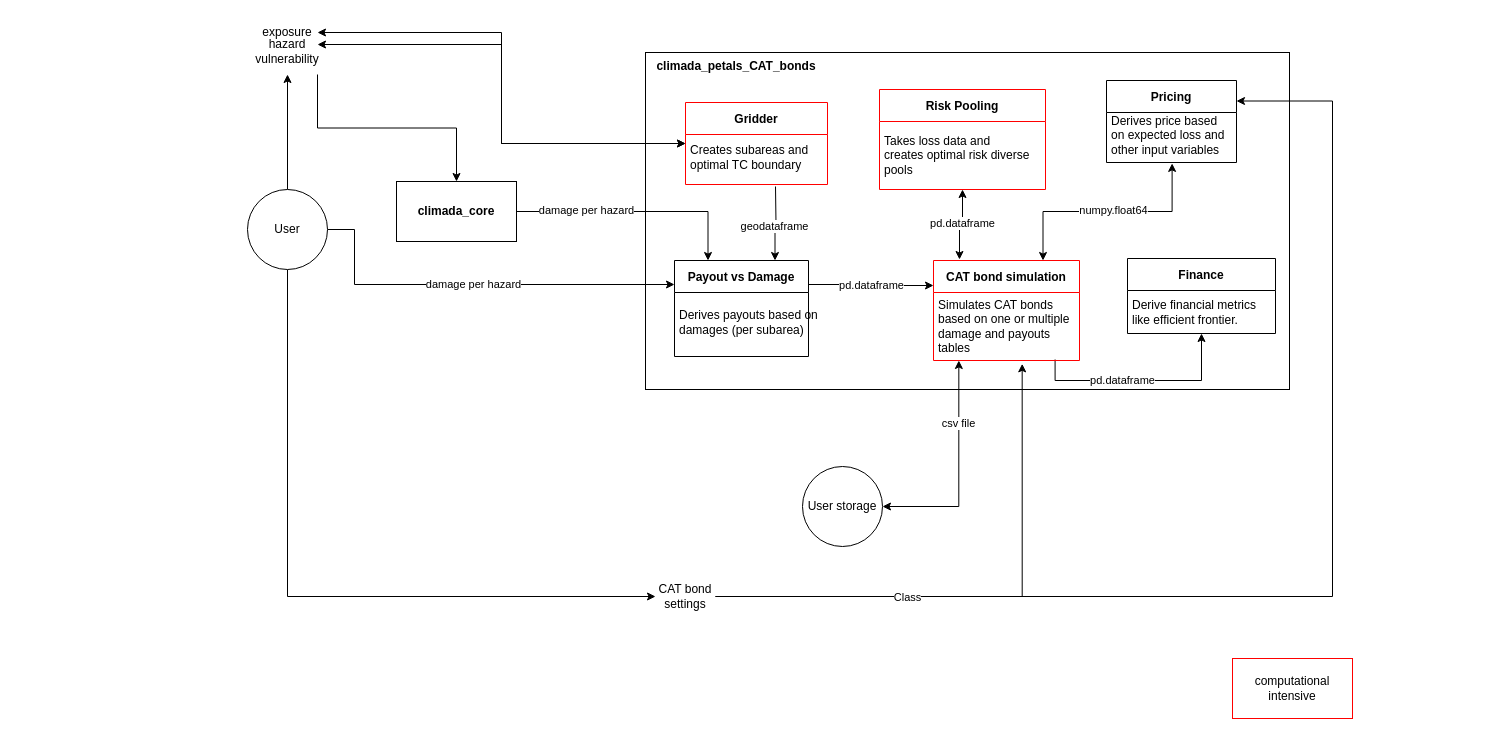
Before: data_flow_climada_petals.drawio in KaiOBerg/master_thesis_cat_bonds, a draw.io diagram. Source tidied: cells renumbered, new cells numbered last; positions are measured from the earlier drawing's top-left corner, leaving out a move shared by most shapes. Both pictures are drawn from the tidied source at 100%, with x=0, y=0 at pixel (247, 17).
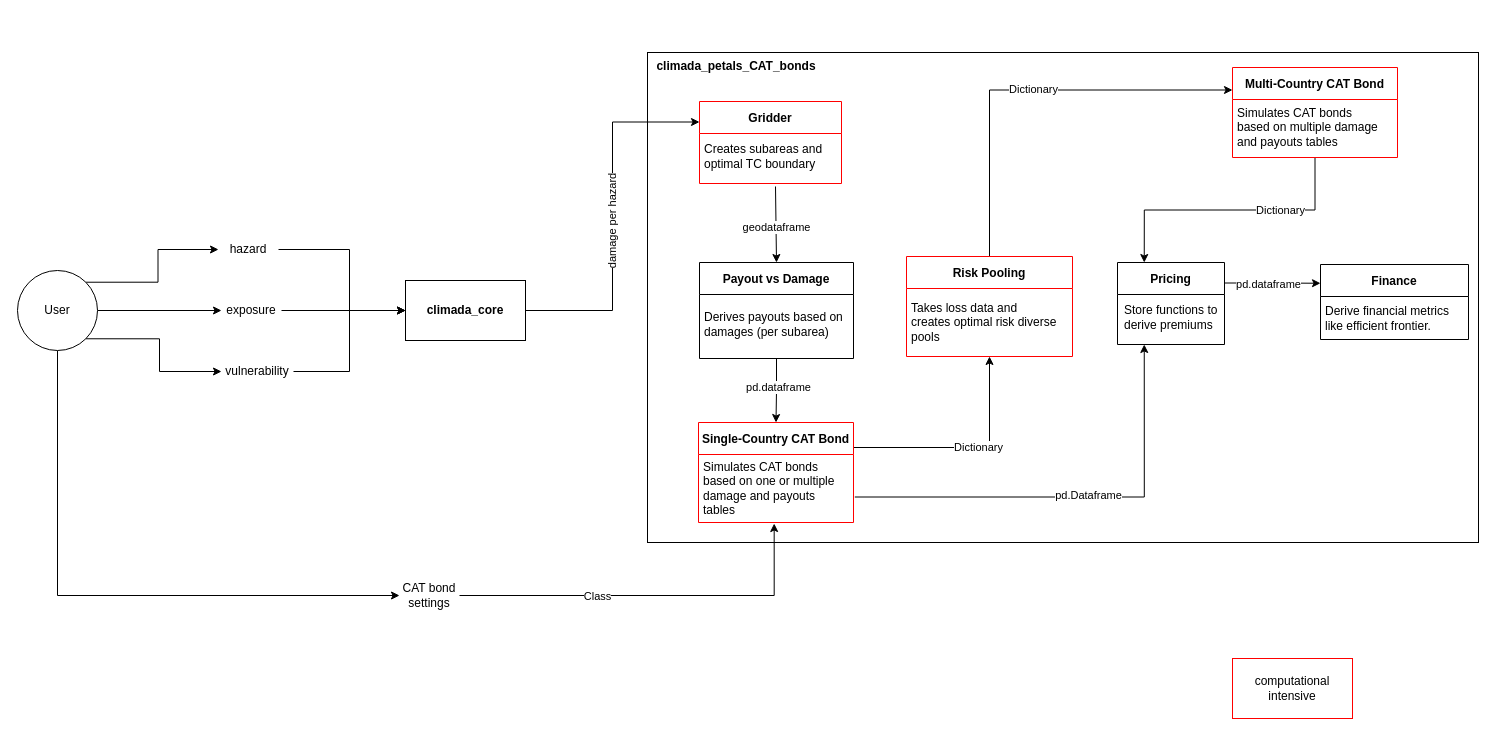
The same page after the edit.

Unchanged cells that the change refers to:
```xml
<mxCell id="21" value="Simulates CAT bonds&amp;nbsp;&lt;div&gt;based on one or multiple&amp;nbsp;&lt;/div&gt;&lt;div&gt;damage and payouts&amp;nbsp;&lt;/div&gt;&lt;div&gt;tables&lt;/div&gt;" style="text;html=1;align=left;verticalAlign=middle;points=[];strokeColor=none;fillColor=none;" parent="20" vertex="1">
  <mxGeometry x="3" y="32" width="153" height="68" as="geometry" />
</mxCell>
```

The edit, as a diff of the source:
```diff
@@
     <mxCell id="2" style="rounded=0;whiteSpace=wrap;html=1;fillColor=none;align=center;labelPosition=center;verticalLabelPosition=top;verticalAlign=middle;" parent="1" vertex="1">
-      <mxGeometry x="398" y="35" width="644" height="337" as="geometry" />
+      <mxGeometry x="400" y="35" width="831" height="490" as="geometry" />
     </mxCell>
-    <mxCell id="3" style="edgeStyle=orthogonalEdgeStyle;rounded=0;jettySize=auto;html=1;exitX=0.5;exitY=0;exitDx=0;exitDy=0;entryX=0.5;entryY=1;entryDx=0;entryDy=0;" parent="1" edge="1" source="7" target="13">
+    <mxCell id="3" style="edgeStyle=orthogonalEdgeStyle;rounded=0;jettySize=auto;html=1;exitX=1;exitY=1;exitDx=0;exitDy=0;entryX=0;entryY=0.5;entryDx=0;entryDy=0;" parent="1" edge="1" source="7" target="13">
       <mxGeometry relative="1" as="geometry" />
     </mxCell>
@@
-    <mxCell id="5" style="edgeStyle=orthogonalEdgeStyle;rounded=0;jettySize=auto;html=1;exitX=1;exitY=0.5;exitDx=0;exitDy=0;entryX=0;entryY=0.25;entryDx=0;entryDy=0;" parent="1" edge="1" source="7" target="31">
-      <mxGeometry relative="1" as="geometry">
-        <Array as="points">
-          <mxPoint x="107" y="212" />
-          <mxPoint x="107" y="267" />
-        </Array>
-      </mxGeometry>
-    </mxCell>
-    <mxCell id="6" value="damage per hazard" style="edgeLabel;html=1;align=center;verticalAlign=middle;" parent="5" vertex="1">
-      <mxGeometry x="-0.01" y="-1" relative="1" as="geometry">
-        <mxPoint x="1" y="-2" as="offset" />
-      </mxGeometry>
-    </mxCell>
+    <mxCell id="49" style="edgeStyle=orthogonalEdgeStyle;rounded=0;jettySize=auto;html=1;exitX=1;exitY=0.5;exitDx=0;exitDy=0;" parent="1" edge="1" source="7" target="11">
+      <mxGeometry relative="1" as="geometry" />
+    </mxCell>
+    <mxCell id="50" style="edgeStyle=orthogonalEdgeStyle;rounded=0;jettySize=auto;html=1;exitX=1;exitY=0;exitDx=0;exitDy=0;entryX=0;entryY=0.5;entryDx=0;entryDy=0;" parent="1" edge="1" source="7" target="8">
+      <mxGeometry relative="1" as="geometry" />
+    </mxCell>
     <mxCell id="7" value="User" style="ellipse;whiteSpace=wrap;html=1;" parent="1" vertex="1">
-      <mxGeometry y="172" width="80" height="80" as="geometry" />
+      <mxGeometry x="-230" y="253" width="80" height="80" as="geometry" />
     </mxCell>
-    <mxCell id="8" value="hazard" style="text;html=1;align=center;verticalAlign=middle;whiteSpace=wrap;rounded=0;" parent="1" vertex="1">
-      <mxGeometry x="10" y="12" width="60" height="30" as="geometry" />
-    </mxCell>
-    <mxCell id="9" style="edgeStyle=orthogonalEdgeStyle;rounded=0;jettySize=auto;html=1;entryX=0;entryY=0.5;entryDx=0;entryDy=0;startArrow=classic;startFill=1;" parent="1" edge="1" source="8" target="33">
-      <mxGeometry relative="1" as="geometry" />
-    </mxCell>
-    <mxCell id="10" style="edgeStyle=orthogonalEdgeStyle;rounded=0;jettySize=auto;html=1;exitX=1;exitY=0.5;exitDx=0;exitDy=0;entryX=0;entryY=0.5;entryDx=0;entryDy=0;startArrow=classic;startFill=1;" parent="1" edge="1" source="11" target="33">
-      <mxGeometry relative="1" as="geometry" />
-    </mxCell>
+    <mxCell id="51" style="edgeStyle=orthogonalEdgeStyle;rounded=0;jettySize=auto;html=1;exitX=1;exitY=0.5;exitDx=0;exitDy=0;entryX=0;entryY=0.5;entryDx=0;entryDy=0;" parent="1" edge="1" source="8" target="24">
+      <mxGeometry relative="1" as="geometry">
+        <Array as="points">
+          <mxPoint x="102" y="232" />
+          <mxPoint x="102" y="293" />
+        </Array>
+      </mxGeometry>
+    </mxCell>
+    <mxCell id="52" style="edgeStyle=orthogonalEdgeStyle;rounded=0;jettySize=auto;html=1;exitX=1;exitY=0.5;exitDx=0;exitDy=0;entryX=0;entryY=0.5;entryDx=0;entryDy=0;" parent="1" edge="1" source="11" target="24">
+      <mxGeometry relative="1" as="geometry" />
+    </mxCell>
     <mxCell id="11" value="exposure" style="text;html=1;align=center;verticalAlign=middle;whiteSpace=wrap;rounded=0;" parent="1" vertex="1">
-      <mxGeometry x="10" width="60" height="30" as="geometry" />
+      <mxGeometry x="-26" y="278" width="60" height="30" as="geometry" />
     </mxCell>
-    <mxCell id="12" style="edgeStyle=orthogonalEdgeStyle;rounded=0;jettySize=auto;html=1;exitX=1;exitY=1;exitDx=0;exitDy=0;" parent="1" edge="1" source="13" target="24">
+    <mxCell id="12" style="edgeStyle=orthogonalEdgeStyle;rounded=0;jettySize=auto;html=1;exitX=1;exitY=0.5;exitDx=0;exitDy=0;entryX=0;entryY=0.5;entryDx=0;entryDy=0;" parent="1" edge="1" source="13" target="24">
       <mxGeometry relative="1" as="geometry" />
     </mxCell>
     <mxCell id="13" value="vulnerability" style="text;html=1;align=center;verticalAlign=middle;whiteSpace=wrap;rounded=0;" parent="1" vertex="1">
-      <mxGeometry x="10" y="27" width="60" height="30" as="geometry" />
+      <mxGeometry x="-26" y="339" width="72" height="30" as="geometry" />
     </mxCell>
-    <mxCell id="14" style="edgeStyle=orthogonalEdgeStyle;rounded=0;jettySize=auto;html=1;exitX=0.178;exitY=-0.01;exitDx=0;exitDy=0;entryX=0.5;entryY=1;entryDx=0;entryDy=0;startArrow=classic;startFill=1;exitPerimeter=0;" parent="1" edge="1" source="20" target="36">
+    <mxCell id="14" style="edgeStyle=orthogonalEdgeStyle;rounded=0;jettySize=auto;html=1;entryX=0.5;entryY=1;entryDx=0;entryDy=0;startArrow=none;startFill=0;exitX=1;exitY=0.25;exitDx=0;exitDy=0;" parent="1" edge="1" source="20" target="36">
       <mxGeometry relative="1" as="geometry" />
     </mxCell>
-    <mxCell id="15" value="pd.dataframe" style="edgeLabel;html=1;align=center;verticalAlign=middle;" parent="14" vertex="1">
+    <mxCell id="15" value="Dictionary" style="edgeLabel;html=1;align=center;verticalAlign=middle;" parent="14" vertex="1">
       <mxGeometry x="0.09" y="1" relative="1" as="geometry" />
     </mxCell>
-    <mxCell id="16" style="edgeStyle=orthogonalEdgeStyle;rounded=0;jettySize=auto;html=1;exitX=0.775;exitY=0.985;exitDx=0;exitDy=0;entryX=0.5;entryY=1;entryDx=0;entryDy=0;exitPerimeter=0;" parent="1" edge="1" source="21" target="43">
+    <mxCell id="16" style="edgeStyle=orthogonalEdgeStyle;rounded=0;jettySize=auto;html=1;exitX=1;exitY=0.25;exitDx=0;exitDy=0;entryX=0;entryY=0.25;entryDx=0;entryDy=0;" parent="1" edge="1" source="27" target="43">
       <mxGeometry relative="1" as="geometry" />
     </mxCell>
     <mxCell id="17" value="pd.dataframe" style="edgeLabel;html=1;align=center;verticalAlign=middle;" parent="16" vertex="1">
-      <mxGeometry x="-0.18" y="1" relative="1" as="geometry" />
+      <mxGeometry x="-0.18" y="1" relative="1" as="geometry">
+        <mxPoint x="4" y="2" as="offset" />
+      </mxGeometry>
     </mxCell>
-    <mxCell id="18" style="edgeStyle=orthogonalEdgeStyle;rounded=0;jettySize=auto;html=1;exitX=0.146;exitY=1;exitDx=0;exitDy=0;entryX=1;entryY=0.5;entryDx=0;entryDy=0;exitPerimeter=0;startArrow=classic;startFill=1;" parent="1" edge="1" source="21" target="25">
-      <mxGeometry relative="1" as="geometry" />
-    </mxCell>
-    <mxCell id="19" value="csv file" style="edgeLabel;html=1;align=center;verticalAlign=middle;" parent="18" vertex="1">
-      <mxGeometry x="-0.43" y="-1" relative="1" as="geometry" />
-    </mxCell>
+    <mxCell id="53" style="edgeStyle=orthogonalEdgeStyle;rounded=0;jettySize=auto;html=1;entryX=0.25;entryY=1;entryDx=0;entryDy=0;exitX=1.002;exitY=0.625;exitDx=0;exitDy=0;exitPerimeter=0;" parent="1" edge="1" source="21" target="27">
+      <mxGeometry relative="1" as="geometry" />
+    </mxCell>
+    <mxCell id="54" value="pd.Dataframe" style="edgeLabel;html=1;align=center;verticalAlign=middle;" parent="53" vertex="1">
+      <mxGeometry x="0.35" y="1" relative="1" as="geometry">
+        <mxPoint x="-55" y="7" as="offset" />
+      </mxGeometry>
+    </mxCell>
-    <mxCell id="20" value="CAT bond simulation" style="swimlane;startSize=32;align=center;strokeColor=#FF0000;" parent="1" vertex="1">
-      <mxGeometry x="686" y="243" width="146" height="100" as="geometry" />
+    <mxCell id="20" value="Single-Country CAT Bond" style="swimlane;startSize=32;align=center;strokeColor=#FF0000;" parent="1" vertex="1">
+      <mxGeometry x="451" y="405" width="155" height="100" as="geometry" />
     </mxCell>
@@
-    <mxCell id="22" style="edgeStyle=orthogonalEdgeStyle;rounded=0;jettySize=auto;html=1;exitX=1;exitY=0.5;exitDx=0;exitDy=0;entryX=0.25;entryY=0;entryDx=0;entryDy=0;" parent="1" edge="1" source="24" target="31">
-      <mxGeometry relative="1" as="geometry" />
-    </mxCell>
-    <mxCell id="23" value="damage per hazard" style="edgeLabel;html=1;align=center;verticalAlign=middle;" parent="22" vertex="1">
-      <mxGeometry x="-0.37" y="-1" relative="1" as="geometry">
-        <mxPoint x="-7" y="-3" as="offset" />
-      </mxGeometry>
-    </mxCell>
+    <mxCell id="55" style="edgeStyle=orthogonalEdgeStyle;rounded=0;jettySize=auto;html=1;entryX=0;entryY=0.25;entryDx=0;entryDy=0;" parent="1" edge="1" source="24" target="33">
+      <mxGeometry relative="1" as="geometry" />
+    </mxCell>
+    <mxCell id="56" value="damage per hazard" style="edgeLabel;html=1;align=center;verticalAlign=middle;rotation=-90;" parent="55" vertex="1">
+      <mxGeometry x="-0.04" y="-1" relative="1" as="geometry">
+        <mxPoint x="-2" y="-1" as="offset" />
+      </mxGeometry>
+    </mxCell>
     <mxCell id="24" value="&lt;b&gt;climada_core&lt;/b&gt;" style="rounded=0;whiteSpace=wrap;html=1;" parent="1" vertex="1">
-      <mxGeometry x="149" y="164" width="120" height="60" as="geometry" />
+      <mxGeometry x="158" y="263" width="120" height="60" as="geometry" />
     </mxCell>
-    <mxCell id="25" value="User storage" style="ellipse;whiteSpace=wrap;html=1;" parent="1" vertex="1">
-      <mxGeometry x="555" y="449" width="80" height="80" as="geometry" />
-    </mxCell>
-    <mxCell id="26" style="edgeStyle=orthogonalEdgeStyle;rounded=0;jettySize=auto;html=1;exitX=0.478;exitY=1.017;exitDx=0;exitDy=0;entryX=0.75;entryY=0;entryDx=0;entryDy=0;startArrow=classic;startFill=1;exitPerimeter=0;" parent="1" edge="1" source="28" target="20">
-      <mxGeometry relative="1" as="geometry" />
-    </mxCell>
+    <mxCell id="57" style="edgeStyle=orthogonalEdgeStyle;rounded=0;jettySize=auto;html=1;exitX=0.5;exitY=1;exitDx=0;exitDy=0;entryX=0.25;entryY=0;entryDx=0;entryDy=0;" parent="1" edge="1" source="61" target="27">
+      <mxGeometry relative="1" as="geometry" />
+    </mxCell>
+    <mxCell id="58" value="Dictionary" style="edgeLabel;html=1;align=center;verticalAlign=middle;" parent="57" vertex="1">
+      <mxGeometry x="-0.36" relative="1" as="geometry" />
+    </mxCell>
     <mxCell id="27" value="Pricing" style="swimlane;startSize=32;align=center;" parent="1" vertex="1">
-      <mxGeometry x="859" y="63" width="130" height="82" as="geometry" />
+      <mxGeometry x="870" y="245" width="107" height="82" as="geometry" />
     </mxCell>
-    <mxCell id="28" value="Derives price based&amp;nbsp;&lt;div&gt;on expected loss and&lt;div&gt;other input variables&lt;/div&gt;&lt;/div&gt;" style="text;html=1;align=left;verticalAlign=middle;points=[];strokeColor=none;fillColor=none;" parent="27" vertex="1">
-      <mxGeometry x="3" y="28" width="131" height="54" as="geometry" />
+    <mxCell id="28" value="Store functions to&amp;nbsp;&lt;div&gt;derive premiums&lt;/div&gt;" style="text;html=1;align=left;verticalAlign=middle;points=[];strokeColor=none;fillColor=none;" parent="27" vertex="1">
+      <mxGeometry x="5" y="35" width="115" height="40" as="geometry" />
     </mxCell>
-    <mxCell id="29" style="edgeStyle=orthogonalEdgeStyle;rounded=0;jettySize=auto;html=1;exitX=1;exitY=0.25;exitDx=0;exitDy=0;entryX=0;entryY=0.25;entryDx=0;entryDy=0;" parent="1" edge="1" source="31" target="20">
+    <mxCell id="29" style="edgeStyle=orthogonalEdgeStyle;rounded=0;jettySize=auto;html=1;exitX=0.5;exitY=1;exitDx=0;exitDy=0;entryX=0.5;entryY=0;entryDx=0;entryDy=0;" parent="1" edge="1" source="31" target="20">
       <mxGeometry relative="1" as="geometry" />
     </mxCell>
     <mxCell id="30" value="pd.dataframe" style="edgeLabel;html=1;align=center;verticalAlign=middle;rotation=0;" parent="29" vertex="1">
       <mxGeometry x="0.08" y="-1" relative="1" as="geometry">
-        <mxPoint x="-5" y="-2" as="offset" />
+        <mxPoint x="3" y="-6" as="offset" />
       </mxGeometry>
     </mxCell>
     <mxCell id="31" value="Payout vs Damage" style="swimlane;startSize=32;align=center;" parent="1" vertex="1">
-      <mxGeometry x="427" y="243" width="134" height="96" as="geometry" />
+      <mxGeometry x="452" y="245" width="154" height="96" as="geometry" />
     </mxCell>
@@
     <mxCell id="33" value="Gridder" style="swimlane;startSize=32;align=center;strokeColor=#FF0000;" parent="1" vertex="1">
-      <mxGeometry x="438" y="85" width="142" height="82" as="geometry" />
+      <mxGeometry x="452" y="84" width="142" height="82" as="geometry" />
     </mxCell>
@@
+    <mxCell id="59" style="edgeStyle=orthogonalEdgeStyle;rounded=0;jettySize=auto;html=1;exitX=0.5;exitY=0;exitDx=0;exitDy=0;entryX=0;entryY=0.25;entryDx=0;entryDy=0;" parent="1" edge="1" source="36" target="61">
+      <mxGeometry relative="1" as="geometry" />
+    </mxCell>
+    <mxCell id="60" value="Dictionary" style="edgeLabel;html=1;align=center;verticalAlign=middle;" parent="59" vertex="1">
+      <mxGeometry x="0.27" y="-1" relative="1" as="geometry">
+        <mxPoint x="-50" y="-2" as="offset" />
+      </mxGeometry>
+    </mxCell>
     <mxCell id="36" value="Risk Pooling" style="swimlane;startSize=32;align=center;strokeColor=#FF0000;" parent="1" vertex="1">
-      <mxGeometry x="632" y="72" width="166" height="100" as="geometry" />
+      <mxGeometry x="659" y="239" width="166" height="100" as="geometry" />
     </mxCell>
@@
-    <mxCell id="39" style="edgeStyle=orthogonalEdgeStyle;rounded=0;jettySize=auto;html=1;exitX=1;exitY=0.5;exitDx=0;exitDy=0;entryX=1;entryY=0.25;entryDx=0;entryDy=0;" parent="1" edge="1" source="40" target="27">
-      <mxGeometry relative="1" as="geometry">
-        <Array as="points">
-          <mxPoint x="1085" y="579" />
-          <mxPoint x="1085" y="84" />
-        </Array>
-      </mxGeometry>
-    </mxCell>
     <mxCell id="40" value="CAT bond settings" style="text;html=1;align=center;verticalAlign=middle;whiteSpace=wrap;rounded=0;" parent="1" vertex="1">
-      <mxGeometry x="408" y="564" width="60" height="30" as="geometry" />
+      <mxGeometry x="152" y="563" width="60" height="30" as="geometry" />
     </mxCell>
-    <mxCell id="41" style="edgeStyle=orthogonalEdgeStyle;rounded=0;jettySize=auto;html=1;exitX=1;exitY=0.5;exitDx=0;exitDy=0;entryX=0.56;entryY=1.049;entryDx=0;entryDy=0;entryPerimeter=0;" parent="1" edge="1" source="40" target="21">
+    <mxCell id="41" style="edgeStyle=orthogonalEdgeStyle;rounded=0;jettySize=auto;html=1;exitX=1;exitY=0.5;exitDx=0;exitDy=0;entryX=0.475;entryY=1.015;entryDx=0;entryDy=0;entryPerimeter=0;" parent="1" edge="1" source="40" target="21">
       <mxGeometry relative="1" as="geometry" />
     </mxCell>
@@
     <mxCell id="43" value="Finance" style="swimlane;startSize=32;align=center;" parent="1" vertex="1">
-      <mxGeometry x="880" y="241" width="148" height="75" as="geometry" />
+      <mxGeometry x="1073" y="247" width="148" height="75" as="geometry" />
     </mxCell>
@@
-    <mxCell id="45" value="numpy.float64" style="edgeLabel;html=1;align=center;verticalAlign=middle;rotation=0;" parent="1" vertex="1">
-      <mxGeometry x="865" y="192" as="geometry" />
-    </mxCell>
-    <mxCell id="46" style="edgeStyle=orthogonalEdgeStyle;rounded=0;jettySize=auto;html=1;entryX=0.75;entryY=0;entryDx=0;entryDy=0;" parent="1" edge="1" target="31">
+    <mxCell id="46" style="edgeStyle=orthogonalEdgeStyle;rounded=0;jettySize=auto;html=1;entryX=0.5;entryY=0;entryDx=0;entryDy=0;" parent="1" edge="1" target="31">
       <mxGeometry relative="1" as="geometry">
         <mxPoint x="528" y="169" as="sourcePoint" />
       </mxGeometry>
     </mxCell>
@@
+    <mxCell id="61" value="Multi-Country CAT Bond" style="swimlane;startSize=32;align=center;strokeColor=#FF0000;" parent="1" vertex="1">
+      <mxGeometry x="985" y="50" width="165" height="90" as="geometry" />
+    </mxCell>
+    <mxCell id="62" value="Simulates CAT bonds&amp;nbsp;&lt;div&gt;based on multiple damage&amp;nbsp;&lt;/div&gt;&lt;div&gt;and payouts tables&lt;/div&gt;" style="text;html=1;align=left;verticalAlign=middle;strokeColor=none;fillColor=none;" parent="61" vertex="1">
+      <mxGeometry x="3" y="33" width="162" height="54" as="geometry" />
+    </mxCell>
+    <mxCell id="8" value="hazard" style="text;html=1;align=center;verticalAlign=middle;whiteSpace=wrap;rounded=0;" parent="1" vertex="1">
+      <mxGeometry x="-29" y="217" width="60" height="30" as="geometry" />
+    </mxCell>
```
